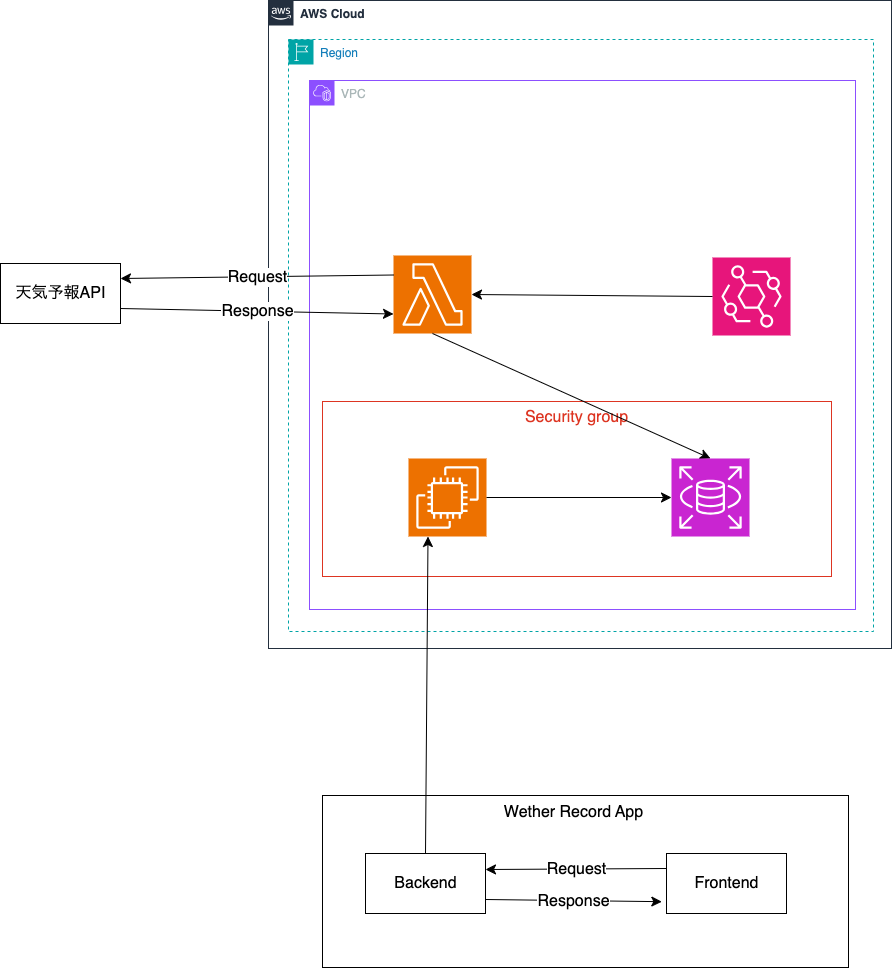
Above: 名称未設定ファイル.drawio.png in takumashiraki/weather-record (draw.io), before the change. Source tidied: cells renumbered, new cells last; positions are measured from the earlier drawing's top-left corner, leaving out a move shared by most shapes. The source it was exported from:
```xml
<mxGraphModel>
  <root>
    <mxCell id="0" />
    <mxCell id="1" value="グループ" parent="0" />
    <mxCell id="2" value="Security group" style="fillColor=none;strokeColor=#DD3522;verticalAlign=top;fontStyle=0;fontColor=#DD3522;whiteSpace=wrap;html=1;fontSize=16;" parent="1" vertex="1">
      <mxGeometry x="322" y="401" width="509" height="175" as="geometry" />
    </mxCell>
    <mxCell id="3" value="AWS Cloud" style="gradientColor=none;html=1;whiteSpace=wrap;fontSize=12;fontStyle=1;shape=mxgraph.aws4.group;grIcon=mxgraph.aws4.group_aws_cloud_alt;strokeColor=#232F3E;fillColor=none;verticalAlign=top;align=left;spacingLeft=30;fontColor=#232F3E;dashed=0;" parent="1" vertex="1">
      <mxGeometry x="268" width="623" height="648" as="geometry" />
    </mxCell>
    <mxCell id="4" value="Region" style="gradientColor=none;html=1;whiteSpace=wrap;fontSize=12;fontStyle=0;shape=mxgraph.aws4.group;grIcon=mxgraph.aws4.group_region;strokeColor=#00A4A6;fillColor=none;verticalAlign=top;align=left;spacingLeft=30;fontColor=#147EBA;dashed=1;" parent="1" vertex="1">
      <mxGeometry x="288" y="39" width="585" height="592" as="geometry" />
    </mxCell>
    <mxCell id="5" value="VPC" style="gradientColor=none;html=1;whiteSpace=wrap;fontSize=12;fontStyle=0;shape=mxgraph.aws4.group;grIcon=mxgraph.aws4.group_vpc2;strokeColor=#8C4FFF;fillColor=none;verticalAlign=top;align=left;spacingLeft=30;fontColor=#AAB7B8;dashed=0;" parent="1" vertex="1">
      <mxGeometry x="309" y="80" width="546" height="529" as="geometry" />
    </mxCell>
    <mxCell id="6" style="sketch=0;points=[[0,0,0],[0.25,0,0],[0.5,0,0],[0.75,0,0],[1,0,0],[0,1,0],[0.25,1,0],[0.5,1,0],[0.75,1,0],[1,1,0],[0,0.25,0],[0,0.5,0],[0,0.75,0],[1,0.25,0],[1,0.5,0],[1,0.75,0]];outlineConnect=0;fontColor=#232F3E;fillColor=#ED7100;strokeColor=#ffffff;dashed=0;verticalLabelPosition=bottom;verticalAlign=top;align=center;html=1;fontSize=12;fontStyle=0;shape=mxgraph.aws4.resourceIcon;resIcon=mxgraph.aws4.lambda;" parent="5" vertex="1">
      <mxGeometry x="84" y="175" width="78" height="78" as="geometry" />
    </mxCell>
    <mxCell id="7" style="sketch=0;points=[[0,0,0],[0.25,0,0],[0.5,0,0],[0.75,0,0],[1,0,0],[0,1,0],[0.25,1,0],[0.5,1,0],[0.75,1,0],[1,1,0],[0,0.25,0],[0,0.5,0],[0,0.75,0],[1,0.25,0],[1,0.5,0],[1,0.75,0]];outlineConnect=0;fontColor=#232F3E;fillColor=#E7157B;strokeColor=#ffffff;dashed=0;verticalLabelPosition=bottom;verticalAlign=top;align=center;html=1;fontSize=12;fontStyle=0;shape=mxgraph.aws4.resourceIcon;resIcon=mxgraph.aws4.eventbridge;" parent="5" vertex="1">
      <mxGeometry x="403" y="177" width="78" height="78" as="geometry" />
    </mxCell>
    <mxCell id="8" style="endArrow=classic;html=1;rounded=0;fontSize=12;startSize=8;endSize=8;curved=1;exitX=0;exitY=0.5;exitDx=0;exitDy=0;exitPerimeter=0;entryX=1;entryY=0.5;entryDx=0;entryDy=0;entryPerimeter=0;" parent="5" edge="1" source="7" target="6">
      <mxGeometry relative="1" as="geometry" />
    </mxCell>
    <mxCell id="9" style="edgeStyle=none;curved=1;rounded=0;orthogonalLoop=1;jettySize=auto;html=1;exitX=0.5;exitY=0;exitDx=0;exitDy=0;fontSize=12;startSize=8;endSize=8;" parent="1" edge="1" source="2" target="2">
      <mxGeometry relative="1" as="geometry" />
    </mxCell>
    <mxCell id="10" value="インスタンス" parent="0" />
    <mxCell id="11" style="endArrow=classic;html=1;rounded=0;fontSize=12;startSize=8;endSize=8;curved=1;entryX=0.5;entryY=0;entryDx=0;entryDy=0;entryPerimeter=0;exitX=0.5;exitY=1;exitDx=0;exitDy=0;exitPerimeter=0;" parent="10" edge="1" source="6" target="13">
      <mxGeometry relative="1" as="geometry" />
    </mxCell>
    <mxCell id="12" style="sketch=0;points=[[0,0,0],[0.25,0,0],[0.5,0,0],[0.75,0,0],[1,0,0],[0,1,0],[0.25,1,0],[0.5,1,0],[0.75,1,0],[1,1,0],[0,0.25,0],[0,0.5,0],[0,0.75,0],[1,0.25,0],[1,0.5,0],[1,0.75,0]];outlineConnect=0;fontColor=#232F3E;fillColor=#ED7100;strokeColor=#ffffff;dashed=0;verticalLabelPosition=bottom;verticalAlign=top;align=center;html=1;fontSize=12;fontStyle=0;shape=mxgraph.aws4.resourceIcon;resIcon=mxgraph.aws4.ec2;" parent="10" vertex="1">
      <mxGeometry x="408" y="458" width="78" height="78" as="geometry" />
    </mxCell>
    <mxCell id="13" style="sketch=0;points=[[0,0,0],[0.25,0,0],[0.5,0,0],[0.75,0,0],[1,0,0],[0,1,0],[0.25,1,0],[0.5,1,0],[0.75,1,0],[1,1,0],[0,0.25,0],[0,0.5,0],[0,0.75,0],[1,0.25,0],[1,0.5,0],[1,0.75,0]];outlineConnect=0;fontColor=#232F3E;fillColor=#C925D1;strokeColor=#ffffff;dashed=0;verticalLabelPosition=bottom;verticalAlign=top;align=center;html=1;fontSize=12;fontStyle=0;shape=mxgraph.aws4.resourceIcon;resIcon=mxgraph.aws4.rds;" parent="10" vertex="1">
      <mxGeometry x="671" y="458" width="78" height="78" as="geometry" />
    </mxCell>
    <mxCell id="14" style="endArrow=classic;html=1;rounded=0;fontSize=12;startSize=8;endSize=8;curved=1;exitX=1;exitY=0.5;exitDx=0;exitDy=0;exitPerimeter=0;entryX=0;entryY=0.5;entryDx=0;entryDy=0;entryPerimeter=0;" parent="10" edge="1" source="12" target="13">
      <mxGeometry relative="1" as="geometry" />
    </mxCell>
    <mxCell id="15" value="ネット" parent="0" />
    <mxCell id="16" style="group;" parent="15" vertex="1">
      <mxGeometry y="263" width="120" height="60" as="geometry" />
    </mxCell>
    <mxCell id="17" style="rounded=0;whiteSpace=wrap;html=1;fontSize=16;" parent="16" vertex="1">
      <mxGeometry width="120" height="60" as="geometry" />
    </mxCell>
    <mxCell id="18" value="天気予報API" style="text;html=1;strokeColor=none;fillColor=none;align=center;verticalAlign=middle;whiteSpace=wrap;rounded=0;fontSize=16;" parent="16" vertex="1">
      <mxGeometry x="7" y="15" width="107" height="30" as="geometry" />
    </mxCell>
    <mxCell id="19" style="endArrow=classic;html=1;rounded=0;fontSize=12;startSize=8;endSize=8;curved=1;exitX=1;exitY=0.75;exitDx=0;exitDy=0;entryX=0;entryY=0.75;entryDx=0;entryDy=0;entryPerimeter=0;" parent="15" edge="1" source="17" target="6">
      <mxGeometry relative="1" as="geometry" />
    </mxCell>
    <mxCell id="20" value="Response" style="edgeLabel;html=1;align=center;verticalAlign=middle;fontSize=16;" parent="19" vertex="1">
      <mxGeometry relative="1" as="geometry" />
    </mxCell>
    <mxCell id="21" style="endArrow=classic;html=1;rounded=0;fontSize=12;startSize=8;endSize=8;curved=1;entryX=1;entryY=0.25;entryDx=0;entryDy=0;exitX=0;exitY=0.25;exitDx=0;exitDy=0;exitPerimeter=0;" parent="15" edge="1" source="6" target="17">
      <mxGeometry relative="1" as="geometry" />
    </mxCell>
    <mxCell id="22" value="Request" style="edgeLabel;html=1;align=center;verticalAlign=middle;fontSize=16;" parent="21" vertex="1">
      <mxGeometry relative="1" as="geometry" />
    </mxCell>
    <mxCell id="23" value="App" parent="0" />
    <mxCell id="24" style="rounded=0;whiteSpace=wrap;html=1;fontSize=16;" parent="23" vertex="1">
      <mxGeometry x="322" y="795" width="526" height="172" as="geometry" />
    </mxCell>
    <mxCell id="25" style="group;" parent="23" vertex="1">
      <mxGeometry x="365" y="853" width="120" height="60" as="geometry" />
    </mxCell>
    <mxCell id="26" style="rounded=0;whiteSpace=wrap;html=1;fontSize=16;" parent="25" vertex="1">
      <mxGeometry width="120" height="60" as="geometry" />
    </mxCell>
    <mxCell id="27" value="Backend" style="text;html=1;strokeColor=none;fillColor=none;align=center;verticalAlign=middle;whiteSpace=wrap;rounded=0;fontSize=16;" parent="25" vertex="1">
      <mxGeometry x="10" y="15" width="101" height="30" as="geometry" />
    </mxCell>
    <mxCell id="28" style="endArrow=classic;html=1;rounded=0;fontSize=12;startSize=8;endSize=8;curved=1;exitX=0.5;exitY=0;exitDx=0;exitDy=0;entryX=0.25;entryY=1;entryDx=0;entryDy=0;entryPerimeter=0;" parent="23" edge="1" source="26" target="12">
      <mxGeometry relative="1" as="geometry" />
    </mxCell>
    <mxCell id="29" style="group;" parent="23" vertex="1">
      <mxGeometry x="666" y="853" width="120" height="60" as="geometry" />
    </mxCell>
    <mxCell id="30" style="rounded=0;whiteSpace=wrap;html=1;fontSize=16;" parent="29" vertex="1">
      <mxGeometry width="120" height="60" as="geometry" />
    </mxCell>
    <mxCell id="31" value="Frontend" style="text;html=1;strokeColor=none;fillColor=none;align=center;verticalAlign=middle;whiteSpace=wrap;rounded=0;fontSize=16;" parent="29" vertex="1">
      <mxGeometry x="10" y="15" width="101" height="30" as="geometry" />
    </mxCell>
    <mxCell id="32" style="endArrow=classic;html=1;rounded=0;fontSize=12;startSize=8;endSize=8;curved=1;exitX=1;exitY=0.75;exitDx=0;exitDy=0;entryX=-0.039;entryY=0.803;entryDx=0;entryDy=0;entryPerimeter=0;" parent="23" edge="1" target="30">
      <mxGeometry relative="1" as="geometry">
        <mxPoint x="485" y="899" as="sourcePoint" />
      </mxGeometry>
    </mxCell>
    <mxCell id="33" value="Response" style="edgeLabel;html=1;align=center;verticalAlign=middle;fontSize=16;" parent="32" vertex="1">
      <mxGeometry relative="1" as="geometry" />
    </mxCell>
    <mxCell id="34" style="endArrow=classic;html=1;rounded=0;fontSize=12;startSize=8;endSize=8;curved=1;entryX=1;entryY=0.25;entryDx=0;entryDy=0;exitX=0;exitY=0.25;exitDx=0;exitDy=0;" parent="23" edge="1" source="30">
      <mxGeometry relative="1" as="geometry">
        <mxPoint x="485" y="869" as="targetPoint" />
      </mxGeometry>
    </mxCell>
    <mxCell id="35" value="Request" style="edgeLabel;html=1;align=center;verticalAlign=middle;fontSize=16;" parent="34" vertex="1">
      <mxGeometry relative="1" as="geometry" />
    </mxCell>
    <mxCell id="36" value="Wether Record App" style="text;html=1;strokeColor=none;fillColor=none;align=center;verticalAlign=middle;whiteSpace=wrap;rounded=0;fontSize=16;" parent="23" vertex="1">
      <mxGeometry x="491" y="797" width="165" height="30" as="geometry" />
    </mxCell>
  </root>
</mxGraphModel>
```
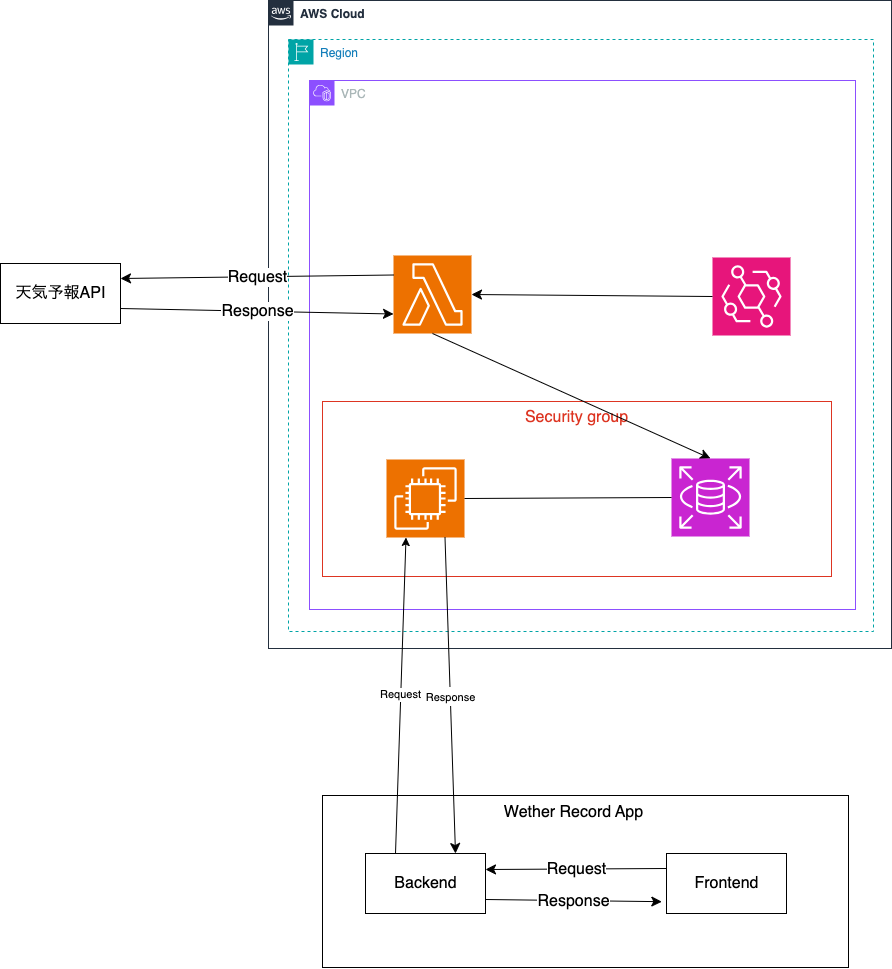
Later version of the same file.

Commit message:
weather_record_物理構成図.drawio.png

The edit, as a diff of the source:
```diff
@@ -31,14 +31,11 @@
       <mxGeometry relative="1" as="geometry" />
     </mxCell>
     <mxCell id="12" style="sketch=0;points=[[0,0,0],[0.25,0,0],[0.5,0,0],[0.75,0,0],[1,0,0],[0,1,0],[0.25,1,0],[0.5,1,0],[0.75,1,0],[1,1,0],[0,0.25,0],[0,0.5,0],[0,0.75,0],[1,0.25,0],[1,0.5,0],[1,0.75,0]];outlineConnect=0;fontColor=#232F3E;fillColor=#ED7100;strokeColor=#ffffff;dashed=0;verticalLabelPosition=bottom;verticalAlign=top;align=center;html=1;fontSize=12;fontStyle=0;shape=mxgraph.aws4.resourceIcon;resIcon=mxgraph.aws4.ec2;" parent="10" vertex="1">
-      <mxGeometry x="408" y="458" width="78" height="78" as="geometry" />
+      <mxGeometry x="386" y="459" width="78" height="78" as="geometry" />
     </mxCell>
     <mxCell id="13" style="sketch=0;points=[[0,0,0],[0.25,0,0],[0.5,0,0],[0.75,0,0],[1,0,0],[0,1,0],[0.25,1,0],[0.5,1,0],[0.75,1,0],[1,1,0],[0,0.25,0],[0,0.5,0],[0,0.75,0],[1,0.25,0],[1,0.5,0],[1,0.75,0]];outlineConnect=0;fontColor=#232F3E;fillColor=#C925D1;strokeColor=#ffffff;dashed=0;verticalLabelPosition=bottom;verticalAlign=top;align=center;html=1;fontSize=12;fontStyle=0;shape=mxgraph.aws4.resourceIcon;resIcon=mxgraph.aws4.rds;" parent="10" vertex="1">
       <mxGeometry x="671" y="458" width="78" height="78" as="geometry" />
     </mxCell>
-    <mxCell id="14" style="endArrow=classic;html=1;rounded=0;fontSize=12;startSize=8;endSize=8;curved=1;exitX=1;exitY=0.5;exitDx=0;exitDy=0;exitPerimeter=0;entryX=0;entryY=0.5;entryDx=0;entryDy=0;entryPerimeter=0;" parent="10" edge="1" source="12" target="13">
-      <mxGeometry relative="1" as="geometry" />
-    </mxCell>
     <mxCell id="15" value="ネット" parent="0" />
     <mxCell id="16" style="group;" parent="15" vertex="1">
       <mxGeometry y="263" width="120" height="60" as="geometry" />
@@ -74,9 +71,6 @@
     <mxCell id="27" value="Backend" style="text;html=1;strokeColor=none;fillColor=none;align=center;verticalAlign=middle;whiteSpace=wrap;rounded=0;fontSize=16;" parent="25" vertex="1">
       <mxGeometry x="10" y="15" width="101" height="30" as="geometry" />
     </mxCell>
-    <mxCell id="28" style="endArrow=classic;html=1;rounded=0;fontSize=12;startSize=8;endSize=8;curved=1;exitX=0.5;exitY=0;exitDx=0;exitDy=0;entryX=0.25;entryY=1;entryDx=0;entryDy=0;entryPerimeter=0;" parent="23" edge="1" source="26" target="12">
-      <mxGeometry relative="1" as="geometry" />
-    </mxCell>
     <mxCell id="29" style="group;" parent="23" vertex="1">
       <mxGeometry x="666" y="853" width="120" height="60" as="geometry" />
     </mxCell>
@@ -105,5 +99,23 @@
     <mxCell id="36" value="Wether Record App" style="text;html=1;strokeColor=none;fillColor=none;align=center;verticalAlign=middle;whiteSpace=wrap;rounded=0;fontSize=16;" parent="23" vertex="1">
       <mxGeometry x="491" y="797" width="165" height="30" as="geometry" />
     </mxCell>
+    <mxCell id="28" style="endArrow=classic;html=1;rounded=0;exitX=0.25;exitY=0;exitDx=0;exitDy=0;entryX=0.25;entryY=1;entryDx=0;entryDy=0;entryPerimeter=0;" parent="23" edge="1" source="26" target="12">
+      <mxGeometry relative="1" as="geometry" />
+    </mxCell>
+    <mxCell id="37" value="Label" style="edgeLabel;html=1;align=center;verticalAlign=middle;" parent="28" vertex="1">
+      <mxGeometry relative="1" as="geometry" />
+    </mxCell>
+    <mxCell id="38" value="Request" style="edgeLabel;html=1;align=center;verticalAlign=middle;" parent="28" vertex="1">
+      <mxGeometry x="0.01" y="1" relative="1" as="geometry" />
+    </mxCell>
+    <mxCell id="39" style="endArrow=classic;html=1;rounded=0;fontSize=9;startSize=8;endSize=8;curved=1;exitX=0.75;exitY=1;exitDx=0;exitDy=0;entryX=0.75;entryY=0;entryDx=0;entryDy=0;exitPerimeter=0;" parent="23" edge="1" source="12" target="26">
+      <mxGeometry relative="1" as="geometry" />
+    </mxCell>
+    <mxCell id="40" value="&lt;font style=&quot;font-size: 11px;&quot;&gt;Response&lt;/font&gt;" style="edgeLabel;html=1;align=center;verticalAlign=middle;fontSize=16;" parent="39" vertex="1">
+      <mxGeometry relative="1" as="geometry" />
+    </mxCell>
+    <mxCell id="14" style="endArrow=none;html=1;rounded=0;exitX=1;exitY=0.5;exitDx=0;exitDy=0;exitPerimeter=0;entryX=0;entryY=0.5;entryDx=0;entryDy=0;entryPerimeter=0;" parent="23" edge="1" source="12" target="13">
+      <mxGeometry relative="1" as="geometry" />
+    </mxCell>
   </root>
 </mxGraphModel>
```
